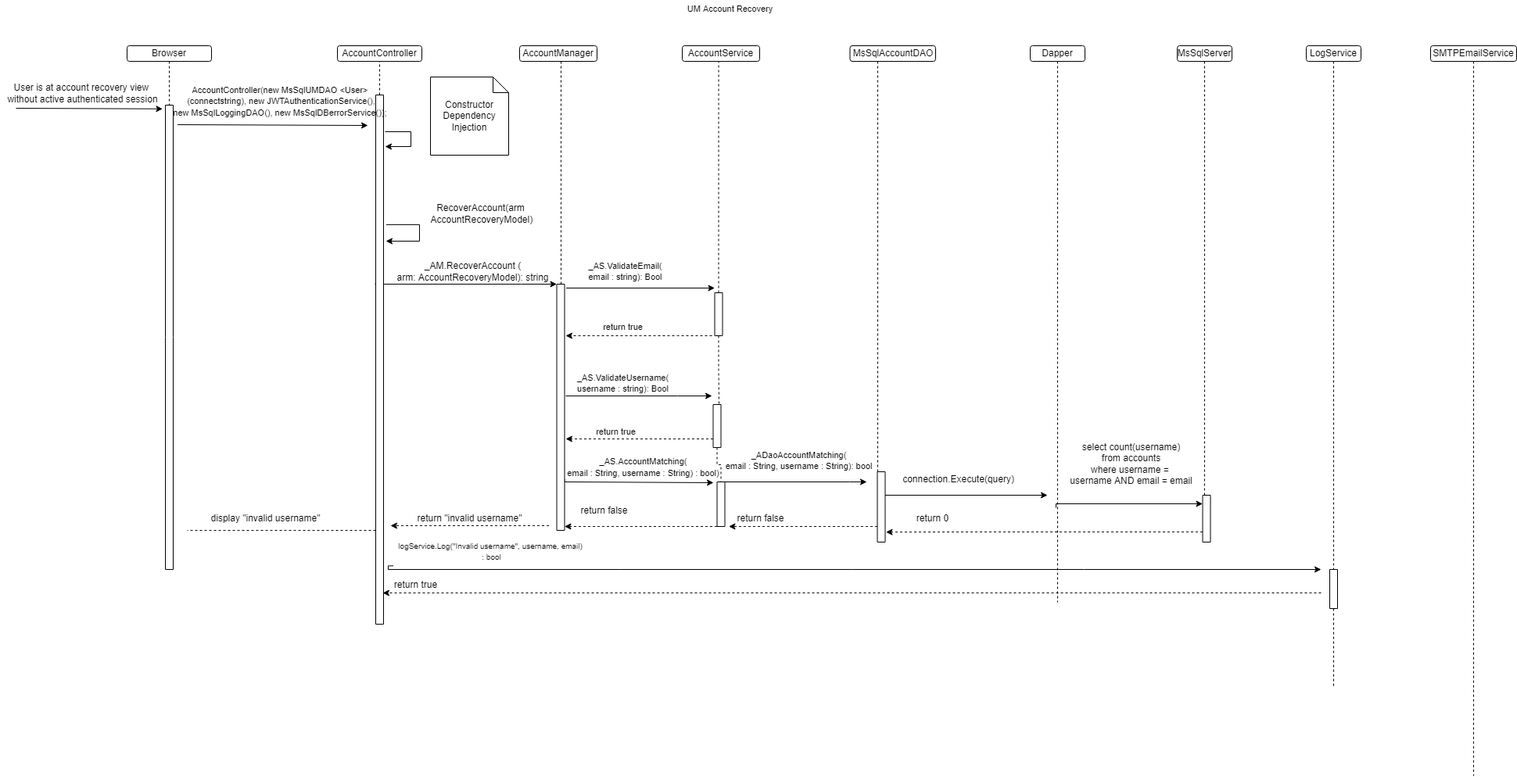
This is Documents/Core Components/Account Recovery/acountrecoveryLL-Invalid Username.drawio.png from Annihilator3180/CECS-491A-Senior-Project, a draw.io export, as it was before one commit. Source tidied: cells renumbered, new cells last; positions are measured from the earlier drawing's top-left corner, leaving out a move shared by most shapes.
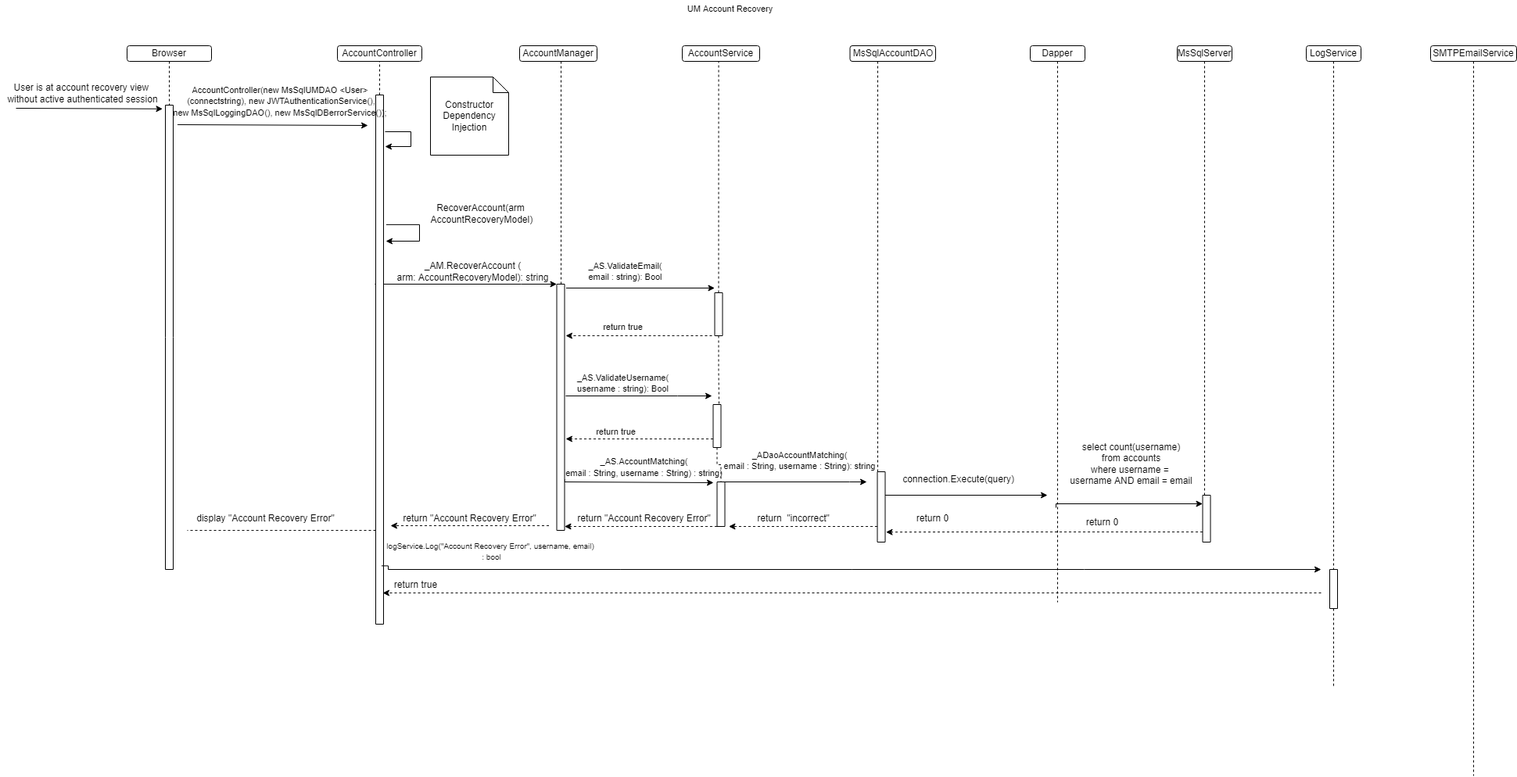
The same diagram one commit later.

Diff of the diagram source:
```diff
@@ -110,8 +110,8 @@
     <mxCell id="21" style="rounded=0;whiteSpace=wrap;html=1;direction=south;" parent="1" vertex="1">
       <mxGeometry x="711.5" y="363" width="10" height="315" as="geometry" />
     </mxCell>
-    <mxCell id="22" value="&lt;font style=&quot;font-size: 11px&quot;&gt;_AS.AccountMatching(&lt;br&gt;email : String, username : String) : bool)&lt;/font&gt;" style="text;html=1;align=center;verticalAlign=middle;strokeColor=none;fillColor=none;" parent="1" vertex="1">
-      <mxGeometry x="717.5" y="580" width="209" height="33" as="geometry" />
+    <mxCell id="22" value="&lt;font style=&quot;font-size: 11px&quot;&gt;_AS.AccountMatching(&lt;br&gt;email : String, username : String) : string)&lt;/font&gt;" style="text;html=1;align=center;verticalAlign=middle;strokeColor=none;fillColor=none;" parent="1" vertex="1">
+      <mxGeometry x="712.5" y="577" width="220" height="40" as="geometry" />
     </mxCell>
     <mxCell id="23" style="edgeStyle=orthogonalEdgeStyle;rounded=0;jettySize=auto;html=1;fontSize=11;endArrow=classic;endFill=1;" parent="1" edge="1" source="25">
       <mxGeometry relative="1" as="geometry">
@@ -183,11 +183,11 @@
     <mxCell id="36" value="return 0" style="text;html=1;align=center;verticalAlign=middle;strokeColor=none;fillColor=none;fontSize=12;" parent="1" vertex="1">
       <mxGeometry x="1161.5" y="653" width="60" height="20" as="geometry" />
     </mxCell>
-    <mxCell id="37" value="return false" style="text;html=1;align=center;verticalAlign=middle;strokeColor=none;fillColor=none;fontSize=12;" parent="1" vertex="1">
-      <mxGeometry x="931.5" y="653" width="80" height="20" as="geometry" />
+    <mxCell id="37" value="return&amp;nbsp; &quot;incorrect&quot;" style="text;html=1;align=center;verticalAlign=middle;strokeColor=none;fillColor=none;fontSize=12;" parent="1" vertex="1">
+      <mxGeometry x="959" y="653" width="110" height="20" as="geometry" />
     </mxCell>
-    <mxCell id="38" value="return false" style="text;html=1;align=center;verticalAlign=middle;strokeColor=none;fillColor=none;fontSize=12;" parent="1" vertex="1">
-      <mxGeometry x="731.5" y="643" width="80" height="20" as="geometry" />
+    <mxCell id="38" value="return &quot;Account Recovery Error&quot;" style="text;html=1;align=center;verticalAlign=middle;strokeColor=none;fillColor=none;fontSize=12;" parent="1" vertex="1">
+      <mxGeometry x="727.5" y="653" width="190" height="20" as="geometry" />
     </mxCell>
     <mxCell id="39" style="edgeStyle=orthogonalEdgeStyle;rounded=0;jettySize=auto;html=1;fontSize=11;endArrow=none;endFill=0;dashed=1;entryX=0;entryY=0.5;entryDx=0;entryDy=0;" parent="1" edge="1" source="26" target="30">
       <mxGeometry relative="1" as="geometry">
@@ -199,8 +199,8 @@
     <mxCell id="40" value="LogService" style="rounded=1;whiteSpace=wrap;html=1;" parent="1" vertex="1">
       <mxGeometry x="1670" y="58" width="70" height="20" as="geometry" />
     </mxCell>
-    <mxCell id="41" value="&lt;font style=&quot;font-size: 10px&quot;&gt;logService.Log(&quot;Invalid username&quot;, username, email)&amp;nbsp;&lt;br&gt;: bool&lt;br&gt;&lt;/font&gt;" style="text;html=1;align=center;verticalAlign=middle;points=[];strokeColor=none;fillColor=none;fontSize=11;" parent="1" vertex="1">
-      <mxGeometry x="503" y="690" width="250" height="30" as="geometry" />
+    <mxCell id="41" value="&lt;font style=&quot;font-size: 10px&quot;&gt;logService.Log(&quot;Account Recovery Error&quot;, username, email)&amp;nbsp;&lt;br&gt;: bool&lt;br&gt;&lt;/font&gt;" style="text;html=1;align=center;verticalAlign=middle;points=[];strokeColor=none;fillColor=none;fontSize=11;" parent="1" vertex="1">
+      <mxGeometry x="488" y="690" width="280" height="30" as="geometry" />
     </mxCell>
     <mxCell id="42" value="_AS.ValidateUsername(&lt;br&gt;username : string): Bool" style="text;html=1;align=center;verticalAlign=middle;strokeColor=none;fillColor=none;fontSize=11;" parent="1" vertex="1">
       <mxGeometry x="730" y="473" width="132" height="33" as="geometry" />
@@ -280,8 +280,8 @@
     <mxCell id="59" value="Dapper" style="rounded=1;whiteSpace=wrap;html=1;" parent="1" vertex="1">
       <mxGeometry x="1317" y="58" width="70" height="20" as="geometry" />
     </mxCell>
-    <mxCell id="60" value="_ADaoAccountMatching(&lt;br&gt;email : String, username : String): bool" style="text;html=1;align=center;verticalAlign=middle;strokeColor=none;fillColor=none;fontSize=11;" parent="1" vertex="1">
-      <mxGeometry x="916.5" y="572" width="209" height="33" as="geometry" />
+    <mxCell id="60" value="_ADaoAccountMatching(&lt;br&gt;email : String, username : String): string" style="text;html=1;align=center;verticalAlign=middle;strokeColor=none;fillColor=none;fontSize=11;" parent="1" vertex="1">
+      <mxGeometry x="916.5" y="574" width="210" height="30" as="geometry" />
     </mxCell>
     <mxCell id="61" style="edgeStyle=orthogonalEdgeStyle;rounded=0;orthogonalLoop=1;jettySize=auto;html=1;fontSize=12;endArrow=classic;endFill=1;" parent="1" edge="1">
       <mxGeometry relative="1" as="geometry">
@@ -336,11 +336,11 @@
         </Array>
       </mxGeometry>
     </mxCell>
-    <mxCell id="71" value="return &quot;invalid username&quot;" style="text;html=1;align=center;verticalAlign=middle;strokeColor=none;fillColor=none;" parent="1" vertex="1">
-      <mxGeometry x="525" y="653" width="150" height="20" as="geometry" />
+    <mxCell id="71" value="return &quot;Account Recovery Error&quot;" style="text;html=1;align=center;verticalAlign=middle;strokeColor=none;fillColor=none;" parent="1" vertex="1">
+      <mxGeometry x="505" y="653" width="190" height="20" as="geometry" />
     </mxCell>
-    <mxCell id="72" value="display &quot;invalid username&quot;" style="text;html=1;align=center;verticalAlign=middle;strokeColor=none;fillColor=none;" parent="1" vertex="1">
-      <mxGeometry x="259" y="653" width="160" height="20" as="geometry" />
+    <mxCell id="72" value="display &quot;Account Recovery Error&quot;" style="text;html=1;align=center;verticalAlign=middle;strokeColor=none;fillColor=none;" parent="1" vertex="1">
+      <mxGeometry x="244" y="653" width="190" height="20" as="geometry" />
     </mxCell>
     <mxCell id="73" value="&lt;font style=&quot;font-size: 11px&quot;&gt;AccountController(new MsSqlUMDAO &amp;lt;User&amp;gt; &lt;br&gt;(connectstring), new JWTAuthenticationService(),&lt;br&gt;new MsSqlLoggingDAO(), &lt;/font&gt;&lt;font style=&quot;font-size: 11px&quot;&gt;&lt;font style=&quot;font-size: 11px&quot;&gt;new MsSqlDBerrorService())&lt;/font&gt;;&amp;nbsp;&lt;/font&gt;" style="text;html=1;align=center;verticalAlign=middle;strokeColor=none;fillColor=none;" parent="1" vertex="1">
       <mxGeometry x="214" y="104" width="290" height="50" as="geometry" />
@@ -348,5 +348,8 @@
     <mxCell id="74" value="RecoverAccount(arm&lt;br&gt;&amp;nbsp;AccountRecoveryModel)" style="text;html=1;align=center;verticalAlign=middle;strokeColor=none;fillColor=none;" parent="1" vertex="1">
       <mxGeometry x="539" y="258" width="150" height="30" as="geometry" />
     </mxCell>
+    <mxCell id="75" value="return 0" style="text;html=1;align=center;verticalAlign=middle;strokeColor=none;fillColor=none;" parent="1" vertex="1">
+      <mxGeometry x="1379" y="658" width="60" height="20" as="geometry" />
+    </mxCell>
   </root>
 </mxGraphModel>
```
